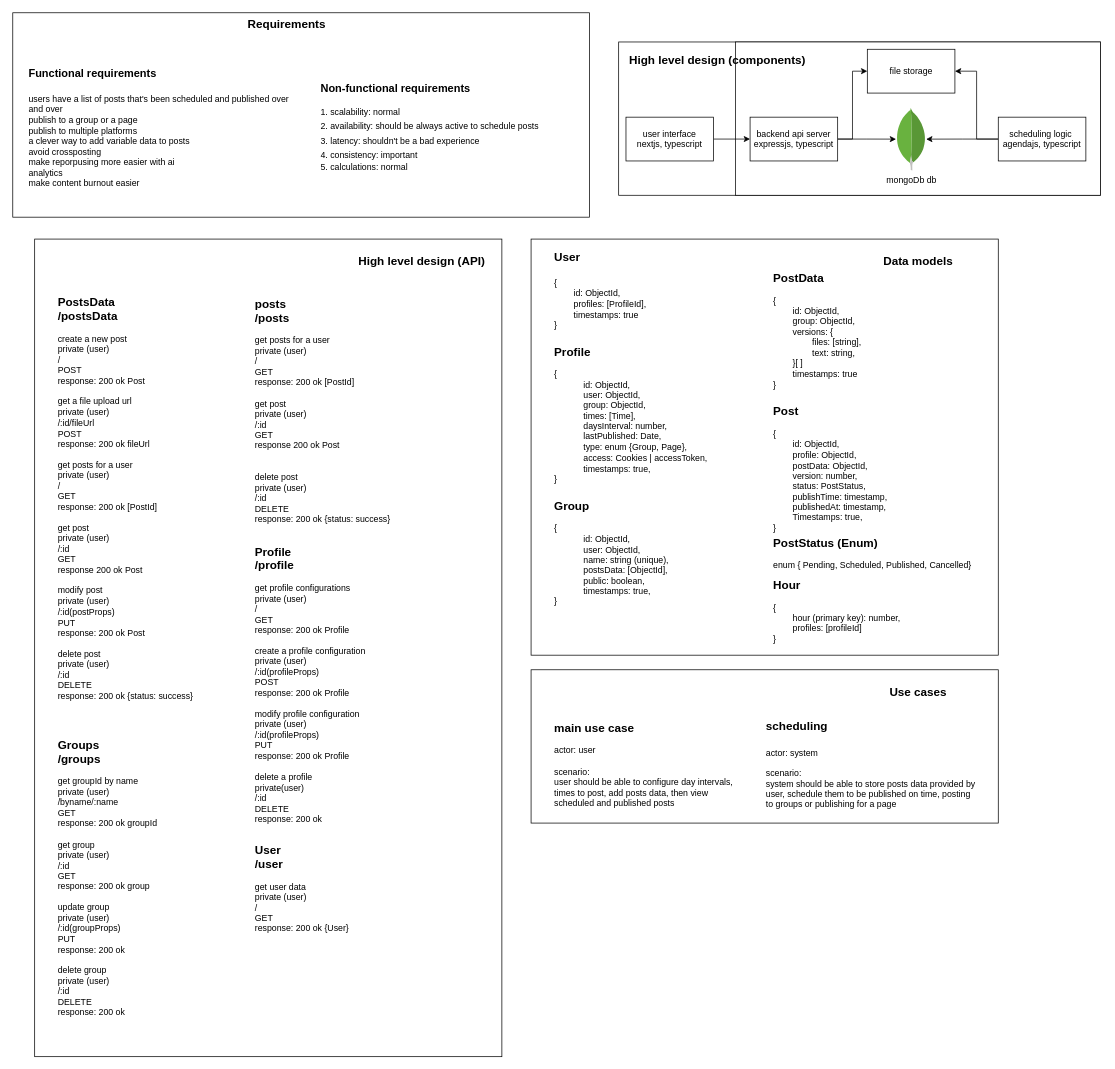
The draw.io diagram page "high-level" (1 of 4) of auto-post.drawio in ahmed-elbehairy7/pamylka-system-design, before the edit. Source tidied: cells renumbered, new cells numbered last; positions are measured from the earlier drawing's top-left corner, leaving out a move shared by most shapes. Both pictures are drawn from the tidied source at 73%, with x=0, y=0 at pixel (12, 12).
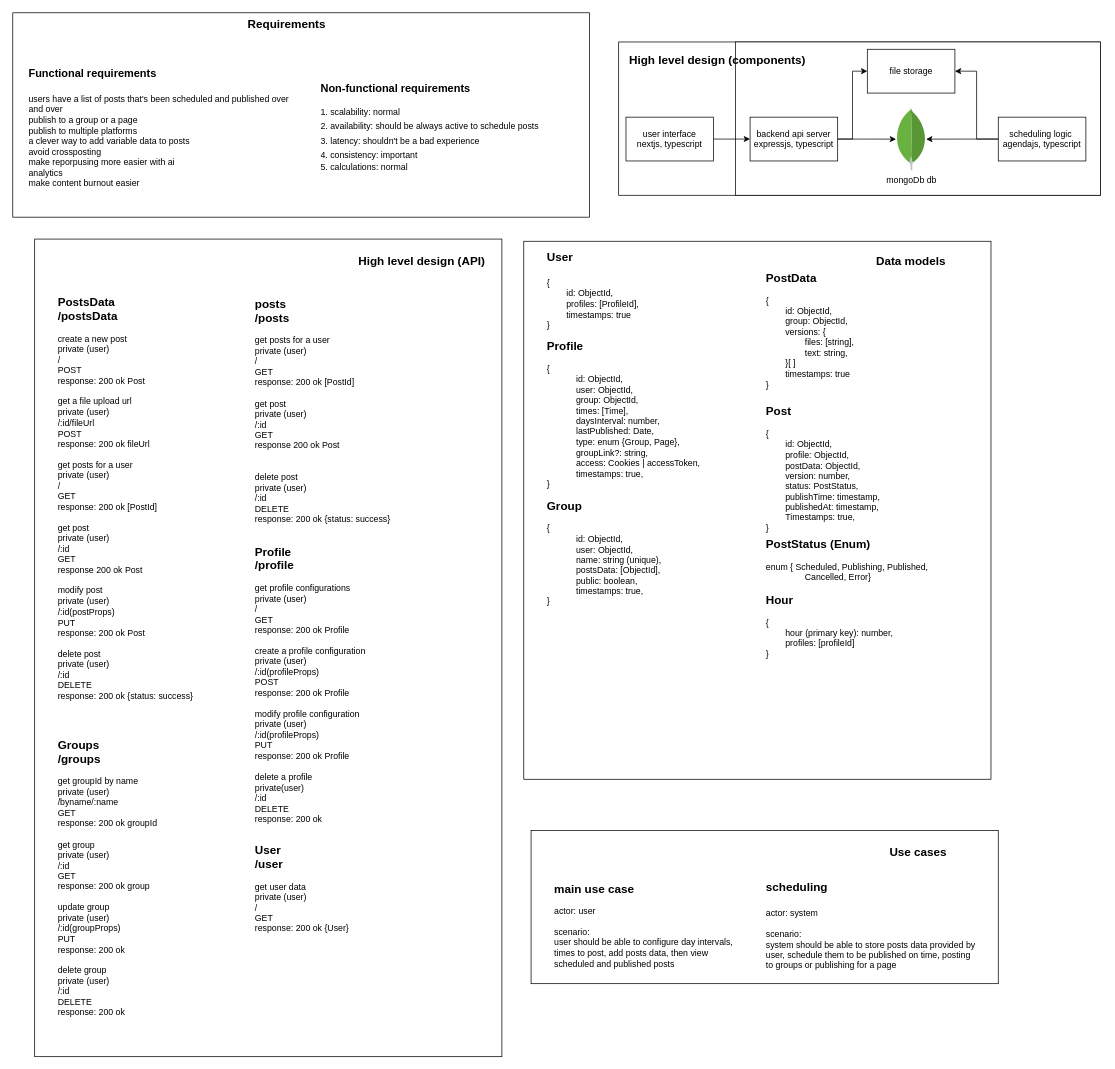
Above is the later version.

The edit, as a diff of the source:
```diff
@@
     <mxCell id="29" style="group;" parent="1" vertex="1">
-      <mxGeometry x="710" y="900" width="640" height="214" as="geometry" />
+      <mxGeometry x="710" y="1120" width="640" height="214" as="geometry" />
     </mxCell>
@@
     <mxCell id="34" style="group;" parent="1" vertex="1">
-      <mxGeometry x="710" y="310" width="640" height="570" as="geometry" />
+      <mxGeometry x="700" y="310" width="670" height="740" as="geometry" />
     </mxCell>
     <mxCell id="35" style="whiteSpace=wrap;html=1;fontSize=11;" parent="34" vertex="1">
-      <mxGeometry width="640" height="570" as="geometry" />
+      <mxGeometry y="3" width="640" height="737" as="geometry" />
     </mxCell>
-    <mxCell id="36" value="&lt;div&gt;&lt;b style=&quot;font-size: 16px; background-color: transparent; color: light-dark(rgb(0, 0, 0), rgb(255, 255, 255));&quot;&gt;Profile&lt;/b&gt;&lt;/div&gt;&lt;div&gt;&lt;br&gt;&lt;/div&gt;&lt;div&gt;{&lt;/div&gt;&lt;blockquote style=&quot;margin: 0 0 0 40px; border: none; padding: 0px;&quot;&gt;&lt;div&gt;id: ObjectId,&lt;/div&gt;&lt;div&gt;user: ObjectId,&lt;/div&gt;&lt;div&gt;&lt;span style=&quot;background-color: transparent; color: light-dark(rgb(0, 0, 0), rgb(255, 255, 255));&quot;&gt;group: ObjectId,&lt;/span&gt;&lt;/div&gt;&lt;div&gt;times: [Time],&lt;/div&gt;&lt;div&gt;daysInterval: number,&lt;/div&gt;&lt;div&gt;&lt;span style=&quot;background-color: transparent; color: light-dark(rgb(0, 0, 0), rgb(255, 255, 255));&quot;&gt;lastPublished: Date,&lt;/span&gt;&lt;/div&gt;&lt;div&gt;type: enum {Group, Page},&lt;/div&gt;&lt;div&gt;access: Cookies | accessToken,&lt;/div&gt;&lt;div&gt;timestamps: true,&lt;/div&gt;&lt;/blockquote&gt;&lt;div&gt;&lt;span style=&quot;background-color: transparent; color: light-dark(rgb(0, 0, 0), rgb(255, 255, 255));&quot;&gt;}&lt;/span&gt;&lt;/div&gt;" style="text;html=1;align=left;verticalAlign=middle;strokeColor=none;fillColor=none;" parent="34" vertex="1">
-      <mxGeometry x="30" y="135" width="230" height="210" as="geometry" />
+    <mxCell id="36" value="&lt;div&gt;&lt;b style=&quot;font-size: 16px; background-color: transparent; color: light-dark(rgb(0, 0, 0), rgb(255, 255, 255));&quot;&gt;Profile&lt;/b&gt;&lt;/div&gt;&lt;div&gt;&lt;br&gt;&lt;/div&gt;&lt;div&gt;{&lt;/div&gt;&lt;blockquote style=&quot;margin: 0 0 0 40px; border: none; padding: 0px;&quot;&gt;&lt;div&gt;id: ObjectId,&lt;/div&gt;&lt;div&gt;user: ObjectId,&lt;/div&gt;&lt;div&gt;&lt;span style=&quot;background-color: transparent; color: light-dark(rgb(0, 0, 0), rgb(255, 255, 255));&quot;&gt;group: ObjectId,&lt;/span&gt;&lt;/div&gt;&lt;div&gt;times: [Time],&lt;/div&gt;&lt;div&gt;daysInterval: number,&lt;/div&gt;&lt;div&gt;&lt;span style=&quot;background-color: transparent; color: light-dark(rgb(0, 0, 0), rgb(255, 255, 255));&quot;&gt;lastPublished: Date,&lt;/span&gt;&lt;/div&gt;&lt;div&gt;type: enum {Group, Page},&lt;/div&gt;&lt;div&gt;groupLink?: string,&lt;/div&gt;&lt;div&gt;access: Cookies | accessToken,&lt;/div&gt;&lt;div&gt;timestamps: true,&lt;/div&gt;&lt;/blockquote&gt;&lt;div&gt;&lt;span style=&quot;background-color: transparent; color: light-dark(rgb(0, 0, 0), rgb(255, 255, 255));&quot;&gt;}&lt;/span&gt;&lt;/div&gt;" style="text;html=1;align=left;verticalAlign=middle;strokeColor=none;fillColor=none;" parent="34" vertex="1">
+      <mxGeometry x="30" y="130" width="230" height="220" as="geometry" />
     </mxCell>
@@
-    <mxCell id="40" value="&lt;div&gt;&lt;span style=&quot;font-size: 16px;&quot;&gt;&lt;b&gt;PostStatus (Enum)&lt;/b&gt;&lt;/span&gt;&lt;/div&gt;&lt;div&gt;&lt;span style=&quot;background-color: transparent; color: light-dark(rgb(0, 0, 0), rgb(255, 255, 255));&quot;&gt;&lt;br&gt;&lt;/span&gt;&lt;/div&gt;&lt;div&gt;&lt;span style=&quot;background-color: transparent; color: light-dark(rgb(0, 0, 0), rgb(255, 255, 255));&quot;&gt;enum { Pending, Scheduled, Published,&amp;nbsp;&lt;/span&gt;&lt;span style=&quot;background-color: transparent; color: light-dark(rgb(0, 0, 0), rgb(255, 255, 255));&quot;&gt;Cancelled}&lt;/span&gt;&lt;/div&gt;" style="text;html=1;align=left;verticalAlign=middle;strokeColor=none;fillColor=none;" parent="34" vertex="1">
-      <mxGeometry x="330" y="400" width="300" height="60" as="geometry" />
+    <mxCell id="40" value="&lt;div&gt;&lt;span style=&quot;font-size: 16px;&quot;&gt;&lt;b&gt;PostStatus (Enum)&lt;/b&gt;&lt;/span&gt;&lt;/div&gt;&lt;div&gt;&lt;span style=&quot;background-color: transparent; color: light-dark(rgb(0, 0, 0), rgb(255, 255, 255));&quot;&gt;&lt;br&gt;&lt;/span&gt;&lt;/div&gt;&lt;div&gt;&lt;span style=&quot;background-color: transparent; color: light-dark(rgb(0, 0, 0), rgb(255, 255, 255));&quot;&gt;enum { Scheduled, Publishing, Published,&amp;nbsp;&lt;/span&gt;&lt;/div&gt;&lt;div&gt;&lt;span style=&quot;background-color: transparent; color: light-dark(rgb(0, 0, 0), rgb(255, 255, 255));&quot;&gt;&lt;span style=&quot;white-space: pre;&quot;&gt;&#9;&lt;/span&gt;&lt;span style=&quot;white-space: pre;&quot;&gt;&#9;&lt;/span&gt;Cancelled, Error}&lt;/span&gt;&lt;/div&gt;" style="text;html=1;align=left;verticalAlign=middle;strokeColor=none;fillColor=none;" parent="34" vertex="1">
+      <mxGeometry x="330" y="400" width="250" height="80" as="geometry" />
     </mxCell>
@@
     <mxCell id="43" value="&lt;div&gt;&lt;span style=&quot;font-size: 16px;&quot;&gt;&lt;b&gt;Hour&lt;/b&gt;&lt;/span&gt;&lt;/div&gt;&lt;div&gt;&lt;span style=&quot;background-color: transparent; color: light-dark(rgb(0, 0, 0), rgb(255, 255, 255));&quot;&gt;&lt;br&gt;&lt;/span&gt;&lt;/div&gt;&lt;div&gt;&lt;span style=&quot;background-color: transparent; color: light-dark(rgb(0, 0, 0), rgb(255, 255, 255));&quot;&gt;{&lt;/span&gt;&lt;/div&gt;&lt;div&gt;&lt;span style=&quot;background-color: transparent; color: light-dark(rgb(0, 0, 0), rgb(255, 255, 255));&quot;&gt;&lt;span style=&quot;white-space: pre;&quot;&gt;&#9;&lt;/span&gt;hour (primary key): number,&lt;br&gt;&lt;/span&gt;&lt;/div&gt;&lt;div&gt;&lt;span style=&quot;background-color: transparent; color: light-dark(rgb(0, 0, 0), rgb(255, 255, 255));&quot;&gt;&lt;span style=&quot;white-space: pre;&quot;&gt;&#9;&lt;/span&gt;profiles: [profileId]&lt;br&gt;&lt;/span&gt;&lt;/div&gt;&lt;div&gt;&lt;span style=&quot;background-color: transparent; color: light-dark(rgb(0, 0, 0), rgb(255, 255, 255));&quot;&gt;&lt;/span&gt;&lt;span style=&quot;background-color: transparent; color: light-dark(rgb(0, 0, 0), rgb(255, 255, 255));&quot;&gt;}&lt;/span&gt;&lt;/div&gt;" style="text;html=1;align=left;verticalAlign=middle;strokeColor=none;fillColor=none;" parent="34" vertex="1">
-      <mxGeometry x="330" y="460" width="200" height="100" as="geometry" />
+      <mxGeometry x="330" y="480" width="200" height="100" as="geometry" />
     </mxCell>
```
